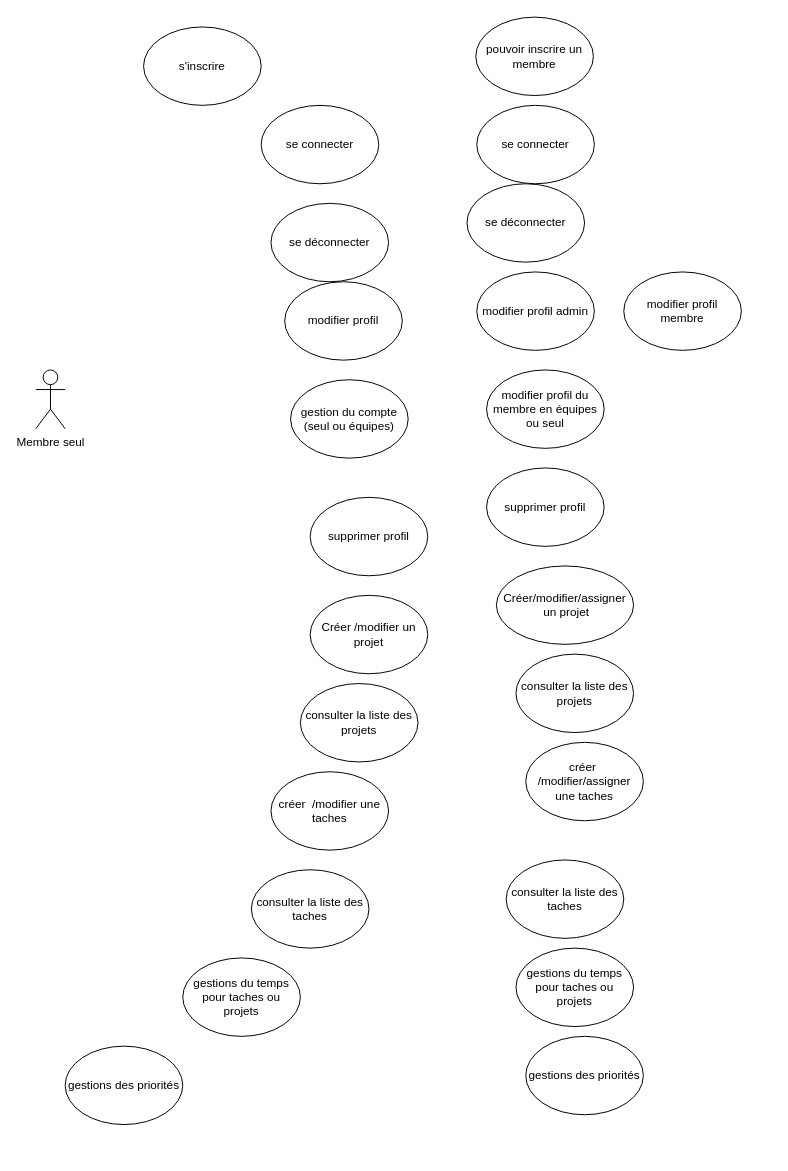
Nazkull/gestionnaire-de-tache keeps this draw.io diagram as page "partie admin" (6 of 6) of scénario_projet_a_terminer.drawio. Above is the earlier version. Source tidied: cells renumbered, new cells numbered last; positions are measured from the earlier drawing's top-left corner, leaving out a move shared by most shapes. Both pictures are drawn from the tidied source at 98%, with x=0, y=0 at pixel (35, 17).
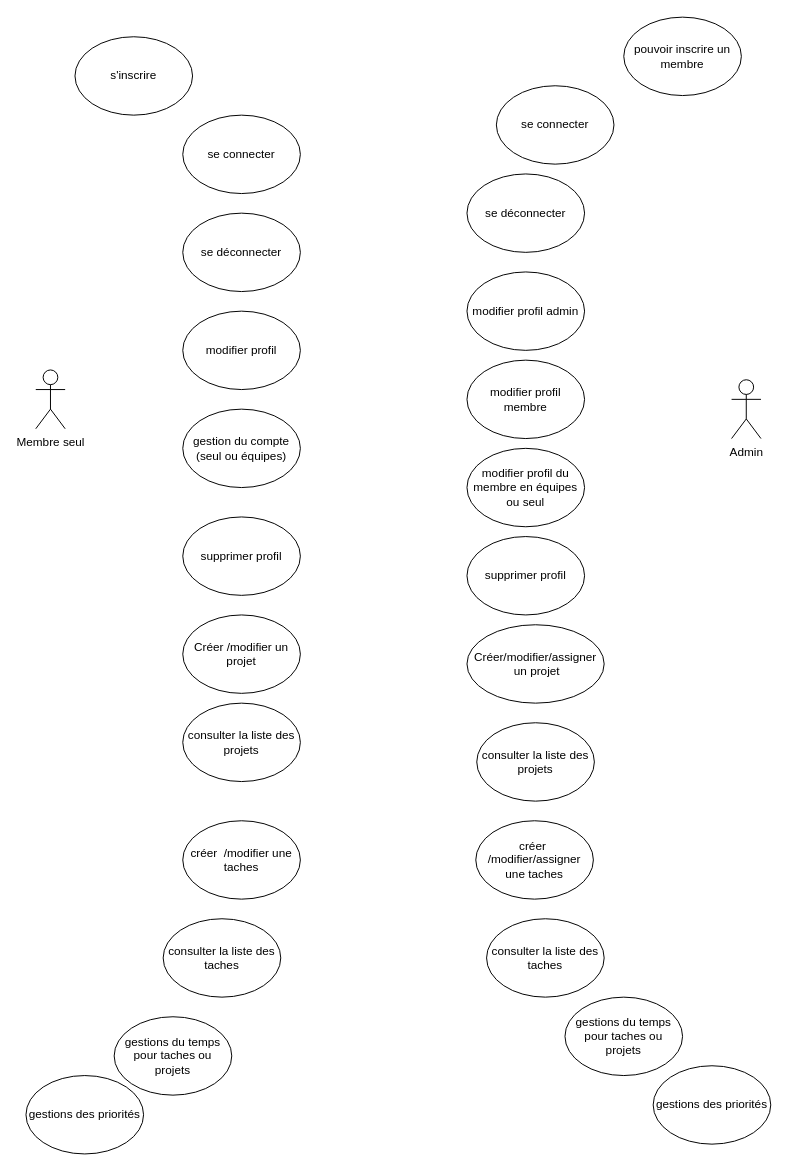
After the change.

Diff of the diagram source:
```diff
@@
     <mxCell id="3" value="s'inscrire" style="ellipse;whiteSpace=wrap;html=1;strokeColor=default;align=center;verticalAlign=middle;fontFamily=Helvetica;fontSize=12;fontColor=default;fillColor=default;" parent="1" vertex="1">
-      <mxGeometry x="110" y="10" width="120" height="80" as="geometry" />
+      <mxGeometry x="40" y="20" width="120" height="80" as="geometry" />
     </mxCell>
     <mxCell id="4" value="se connecter" style="ellipse;whiteSpace=wrap;html=1;strokeColor=default;align=center;verticalAlign=middle;fontFamily=Helvetica;fontSize=12;fontColor=default;fillColor=default;" parent="1" vertex="1">
-      <mxGeometry x="230" y="90" width="120" height="80" as="geometry" />
+      <mxGeometry x="150" y="100" width="120" height="80" as="geometry" />
     </mxCell>
     <mxCell id="5" value="se déconnecter" style="ellipse;whiteSpace=wrap;html=1;strokeColor=default;align=center;verticalAlign=middle;fontFamily=Helvetica;fontSize=12;fontColor=default;fillColor=default;" parent="1" vertex="1">
-      <mxGeometry x="240" y="190" width="120" height="80" as="geometry" />
+      <mxGeometry x="150" y="200" width="120" height="80" as="geometry" />
     </mxCell>
     <mxCell id="6" value="modifier profil" style="ellipse;whiteSpace=wrap;html=1;strokeColor=default;align=center;verticalAlign=middle;fontFamily=Helvetica;fontSize=12;fontColor=default;fillColor=default;" parent="1" vertex="1">
-      <mxGeometry x="254" y="270" width="120" height="80" as="geometry" />
+      <mxGeometry x="150" y="300" width="120" height="80" as="geometry" />
     </mxCell>
     <mxCell id="7" value="supprimer profil" style="ellipse;whiteSpace=wrap;html=1;strokeColor=default;align=center;verticalAlign=middle;fontFamily=Helvetica;fontSize=12;fontColor=default;fillColor=default;" parent="1" vertex="1">
-      <mxGeometry x="280" y="490" width="120" height="80" as="geometry" />
+      <mxGeometry x="150" y="510" width="120" height="80" as="geometry" />
     </mxCell>
     <mxCell id="8" value="Créer /modifier un projet" style="ellipse;whiteSpace=wrap;html=1;strokeColor=default;align=center;verticalAlign=middle;fontFamily=Helvetica;fontSize=12;fontColor=default;fillColor=default;" parent="1" vertex="1">
-      <mxGeometry x="280" y="590" width="120" height="80" as="geometry" />
+      <mxGeometry x="150" y="610" width="120" height="80" as="geometry" />
     </mxCell>
     <mxCell id="9" value="consulter la liste des projets" style="ellipse;whiteSpace=wrap;html=1;strokeColor=default;align=center;verticalAlign=middle;fontFamily=Helvetica;fontSize=12;fontColor=default;fillColor=default;" parent="1" vertex="1">
-      <mxGeometry x="270" y="680" width="120" height="80" as="geometry" />
+      <mxGeometry x="150" y="700" width="120" height="80" as="geometry" />
     </mxCell>
     <mxCell id="10" value="créer&amp;nbsp; /modifier une taches" style="ellipse;whiteSpace=wrap;html=1;strokeColor=default;align=center;verticalAlign=middle;fontFamily=Helvetica;fontSize=12;fontColor=default;fillColor=default;" parent="1" vertex="1">
-      <mxGeometry x="240" y="770" width="120" height="80" as="geometry" />
+      <mxGeometry x="150" y="820" width="120" height="80" as="geometry" />
     </mxCell>
     <mxCell id="11" value="consulter la liste des taches" style="ellipse;whiteSpace=wrap;html=1;strokeColor=default;align=center;verticalAlign=middle;fontFamily=Helvetica;fontSize=12;fontColor=default;fillColor=default;" parent="1" vertex="1">
-      <mxGeometry x="220" y="870" width="120" height="80" as="geometry" />
+      <mxGeometry x="130" y="920" width="120" height="80" as="geometry" />
     </mxCell>
     <mxCell id="12" value="gestions du temps pour taches ou projets" style="ellipse;whiteSpace=wrap;html=1;strokeColor=default;align=center;verticalAlign=middle;fontFamily=Helvetica;fontSize=12;fontColor=default;fillColor=default;" parent="1" vertex="1">
-      <mxGeometry x="150" y="960" width="120" height="80" as="geometry" />
+      <mxGeometry x="80" y="1020" width="120" height="80" as="geometry" />
     </mxCell>
     <mxCell id="13" value="gestions des priorités" style="ellipse;whiteSpace=wrap;html=1;strokeColor=default;align=center;verticalAlign=middle;fontFamily=Helvetica;fontSize=12;fontColor=default;fillColor=default;" parent="1" vertex="1">
-      <mxGeometry x="30" y="1050" width="120" height="80" as="geometry" />
+      <mxGeometry x="-10" y="1080" width="120" height="80" as="geometry" />
     </mxCell>
     <mxCell id="14" value="gestion du compte (seul ou équipes)" style="ellipse;whiteSpace=wrap;html=1;strokeColor=default;align=center;verticalAlign=middle;fontFamily=Helvetica;fontSize=12;fontColor=default;fillColor=default;" parent="1" vertex="1">
-      <mxGeometry x="260" y="370" width="120" height="80" as="geometry" />
+      <mxGeometry x="150" y="400" width="120" height="80" as="geometry" />
     </mxCell>
     <mxCell id="15" value="gestions des priorités" style="ellipse;whiteSpace=wrap;html=1;strokeColor=default;align=center;verticalAlign=middle;fontFamily=Helvetica;fontSize=12;fontColor=default;fillColor=default;" parent="1" vertex="1">
-      <mxGeometry x="500" y="1040" width="120" height="80" as="geometry" />
+      <mxGeometry x="630" y="1070" width="120" height="80" as="geometry" />
     </mxCell>
     <mxCell id="16" value="gestions du temps pour taches ou projets" style="ellipse;whiteSpace=wrap;html=1;strokeColor=default;align=center;verticalAlign=middle;fontFamily=Helvetica;fontSize=12;fontColor=default;fillColor=default;" parent="1" vertex="1">
-      <mxGeometry x="490" y="950" width="120" height="80" as="geometry" />
+      <mxGeometry x="540" y="1000" width="120" height="80" as="geometry" />
     </mxCell>
     <mxCell id="17" value="consulter la liste des taches" style="ellipse;whiteSpace=wrap;html=1;strokeColor=default;align=center;verticalAlign=middle;fontFamily=Helvetica;fontSize=12;fontColor=default;fillColor=default;" parent="1" vertex="1">
-      <mxGeometry x="480" y="860" width="120" height="80" as="geometry" />
+      <mxGeometry x="460" y="920" width="120" height="80" as="geometry" />
     </mxCell>
     <mxCell id="18" value="consulter la liste des projets" style="ellipse;whiteSpace=wrap;html=1;strokeColor=default;align=center;verticalAlign=middle;fontFamily=Helvetica;fontSize=12;fontColor=default;fillColor=default;" parent="1" vertex="1">
-      <mxGeometry x="490" y="650" width="120" height="80" as="geometry" />
+      <mxGeometry x="450" y="720" width="120" height="80" as="geometry" />
     </mxCell>
     <mxCell id="19" value="Créer/modifier/assigner&lt;div&gt;&amp;nbsp;un projet&lt;/div&gt;" style="ellipse;whiteSpace=wrap;html=1;strokeColor=default;align=center;verticalAlign=middle;fontFamily=Helvetica;fontSize=12;fontColor=default;fillColor=default;" parent="1" vertex="1">
-      <mxGeometry x="470" y="560" width="140" height="80" as="geometry" />
+      <mxGeometry x="440" y="620" width="140" height="80" as="geometry" />
     </mxCell>
     <mxCell id="20" value="supprimer profil" style="ellipse;whiteSpace=wrap;html=1;strokeColor=default;align=center;verticalAlign=middle;fontFamily=Helvetica;fontSize=12;fontColor=default;fillColor=default;" parent="1" vertex="1">
-      <mxGeometry x="460" y="460" width="120" height="80" as="geometry" />
+      <mxGeometry x="440" y="530" width="120" height="80" as="geometry" />
     </mxCell>
     <mxCell id="21" value="modifier profil du membre en équipes ou seul" style="ellipse;whiteSpace=wrap;html=1;strokeColor=default;align=center;verticalAlign=middle;fontFamily=Helvetica;fontSize=12;fontColor=default;fillColor=default;" parent="1" vertex="1">
-      <mxGeometry x="460" y="360" width="120" height="80" as="geometry" />
+      <mxGeometry x="440" y="440" width="120" height="80" as="geometry" />
     </mxCell>
     <mxCell id="22" value="modifier profil admin" style="ellipse;whiteSpace=wrap;html=1;strokeColor=default;align=center;verticalAlign=middle;fontFamily=Helvetica;fontSize=12;fontColor=default;fillColor=default;" parent="1" vertex="1">
-      <mxGeometry x="450" y="260" width="120" height="80" as="geometry" />
+      <mxGeometry x="440" y="260" width="120" height="80" as="geometry" />
     </mxCell>
     <mxCell id="23" value="se déconnecter" style="ellipse;whiteSpace=wrap;html=1;strokeColor=default;align=center;verticalAlign=middle;fontFamily=Helvetica;fontSize=12;fontColor=default;fillColor=default;" parent="1" vertex="1">
-      <mxGeometry x="440" y="170" width="120" height="80" as="geometry" />
+      <mxGeometry x="440" y="160" width="120" height="80" as="geometry" />
     </mxCell>
     <mxCell id="24" value="se connecter" style="ellipse;whiteSpace=wrap;html=1;strokeColor=default;align=center;verticalAlign=middle;fontFamily=Helvetica;fontSize=12;fontColor=default;fillColor=default;" parent="1" vertex="1">
-      <mxGeometry x="450" y="90" width="120" height="80" as="geometry" />
+      <mxGeometry x="470" y="70" width="120" height="80" as="geometry" />
     </mxCell>
     <mxCell id="25" value="pouvoir inscrire un membre" style="ellipse;whiteSpace=wrap;html=1;strokeColor=default;align=center;verticalAlign=middle;fontFamily=Helvetica;fontSize=12;fontColor=default;fillColor=default;" parent="1" vertex="1">
-      <mxGeometry x="449" width="120" height="80" as="geometry" />
+      <mxGeometry x="600" width="120" height="80" as="geometry" />
     </mxCell>
     <mxCell id="26" value="modifier profil membre" style="ellipse;whiteSpace=wrap;html=1;strokeColor=default;align=center;verticalAlign=middle;fontFamily=Helvetica;fontSize=12;fontColor=default;fillColor=default;" parent="1" vertex="1">
-      <mxGeometry x="600" y="260" width="120" height="80" as="geometry" />
+      <mxGeometry x="440" y="350" width="120" height="80" as="geometry" />
     </mxCell>
     <mxCell id="27" value="créer&amp;nbsp; /modifier/assigner une taches" style="ellipse;whiteSpace=wrap;html=1;strokeColor=default;align=center;verticalAlign=middle;fontFamily=Helvetica;fontSize=12;fontColor=default;fillColor=default;" parent="1" vertex="1">
-      <mxGeometry x="500" y="740" width="120" height="80" as="geometry" />
+      <mxGeometry x="449" y="820" width="120" height="80" as="geometry" />
     </mxCell>
+    <mxCell id="28" value="Admin" style="shape=umlActor;verticalLabelPosition=bottom;verticalAlign=top;html=1;strokeColor=default;align=center;fontFamily=Helvetica;fontSize=12;fontColor=default;fillColor=default;" parent="1" vertex="1">
+      <mxGeometry x="710" y="370" width="30" height="60" as="geometry" />
+    </mxCell>
```
